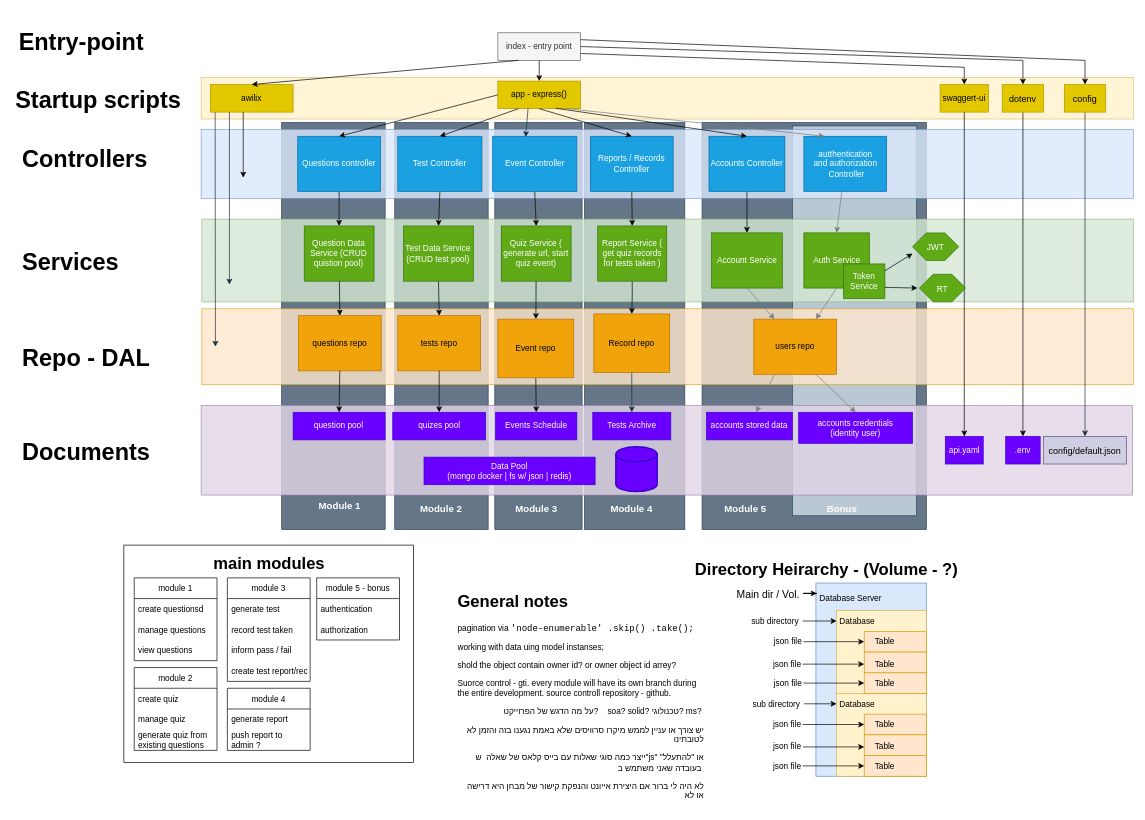
The draw.io diagram page "Server as SOA" (1 of 3) of UML-Server.drawio in Shoam611/Tests-System, before the edit. Source tidied: cells renumbered, new cells numbered last; positions are measured from the earlier drawing's top-left corner, leaving out a move shared by most shapes. Both pictures are drawn from the tidied source at 69%, with x=0, y=0 at pixel (12, 19).
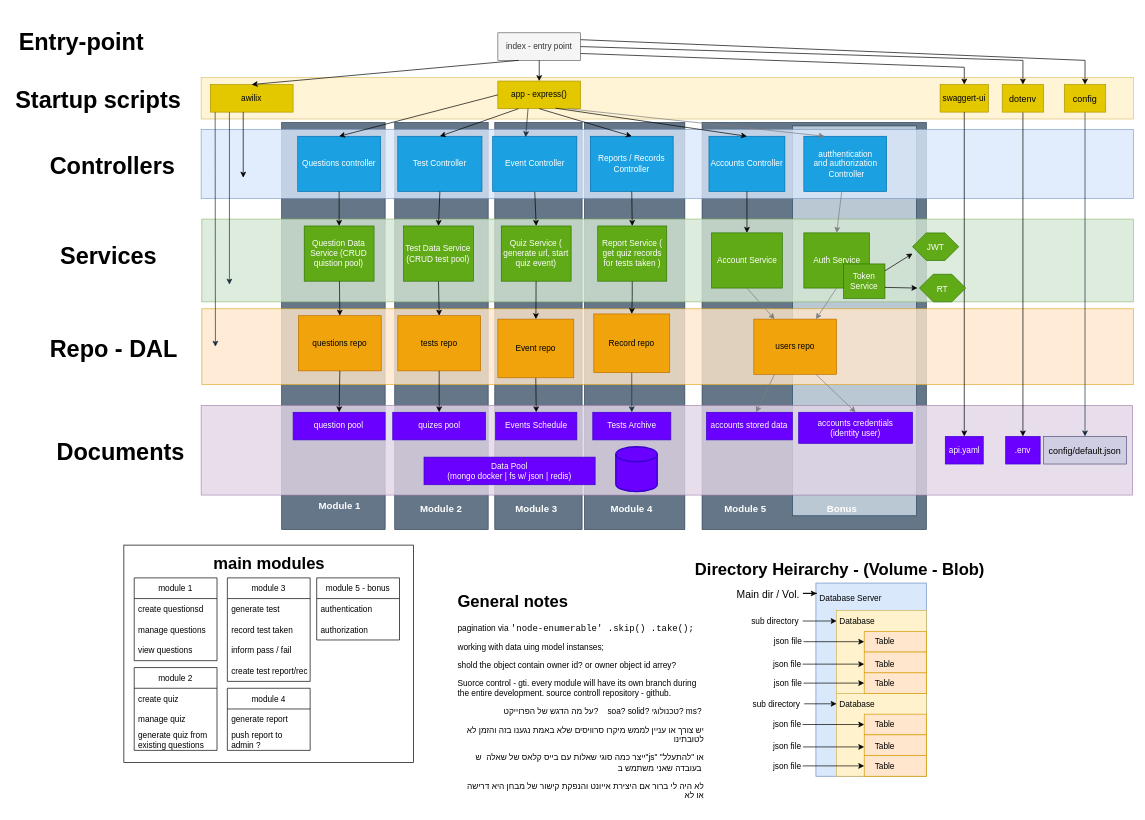
The same page after the edit.

What changed in the source:
```diff
@@
     <mxCell id="32" value="&lt;h1&gt;Controllers&lt;/h1&gt;" style="text;html=1;strokeColor=none;fillColor=none;spacing=5;spacingTop=-20;whiteSpace=wrap;overflow=hidden;rounded=0;fontSize=17;" parent="1" vertex="1">
-      <mxGeometry x="10" y="170" width="200" height="60" as="geometry" />
+      <mxGeometry x="50" y="180" width="200" height="60" as="geometry" />
     </mxCell>
     <mxCell id="33" value="&lt;h1&gt;Services&lt;/h1&gt;" style="text;html=1;strokeColor=none;fillColor=none;spacing=5;spacingTop=-20;whiteSpace=wrap;overflow=hidden;rounded=0;fontSize=17;" parent="1" vertex="1">
-      <mxGeometry x="10" y="320" width="200" height="60" as="geometry" />
+      <mxGeometry x="65" y="310" width="200" height="60" as="geometry" />
     </mxCell>
@@
     <mxCell id="35" value="&lt;h1&gt;Documents&lt;/h1&gt;" style="text;html=1;strokeColor=none;fillColor=none;spacing=5;spacingTop=-20;whiteSpace=wrap;overflow=hidden;rounded=0;fontSize=17;" parent="1" vertex="1">
-      <mxGeometry x="10" y="595" width="255" height="60" as="geometry" />
+      <mxGeometry x="60" y="595" width="205" height="60" as="geometry" />
     </mxCell>
@@
     <mxCell id="72" value="&lt;h1&gt;Repo - DAL&lt;/h1&gt;" style="text;html=1;strokeColor=none;fillColor=none;spacing=5;spacingTop=-20;whiteSpace=wrap;overflow=hidden;rounded=0;fontSize=17;" parent="1" vertex="1">
-      <mxGeometry x="10" y="457.5" width="200" height="60" as="geometry" />
+      <mxGeometry x="50" y="445" width="200" height="60" as="geometry" />
     </mxCell>
@@
-    <mxCell id="136" value="&lt;h1&gt;Directory Heirarchy - (Volume - ?)&lt;/h1&gt;" style="text;html=1;strokeColor=none;fillColor=none;spacing=5;spacingTop=-20;whiteSpace=wrap;overflow=hidden;rounded=0;" parent="1" vertex="1">
-      <mxGeometry x="984.5" y="777.5" width="397.5" height="32.5" as="geometry" />
+    <mxCell id="136" value="&lt;h1&gt;Directory Heirarchy - (Volume - Blob)&lt;/h1&gt;" style="text;html=1;strokeColor=none;fillColor=none;spacing=5;spacingTop=-20;whiteSpace=wrap;overflow=hidden;rounded=0;" parent="1" vertex="1">
+      <mxGeometry x="984.5" y="777.5" width="460.5" height="32.5" as="geometry" />
     </mxCell>
```
